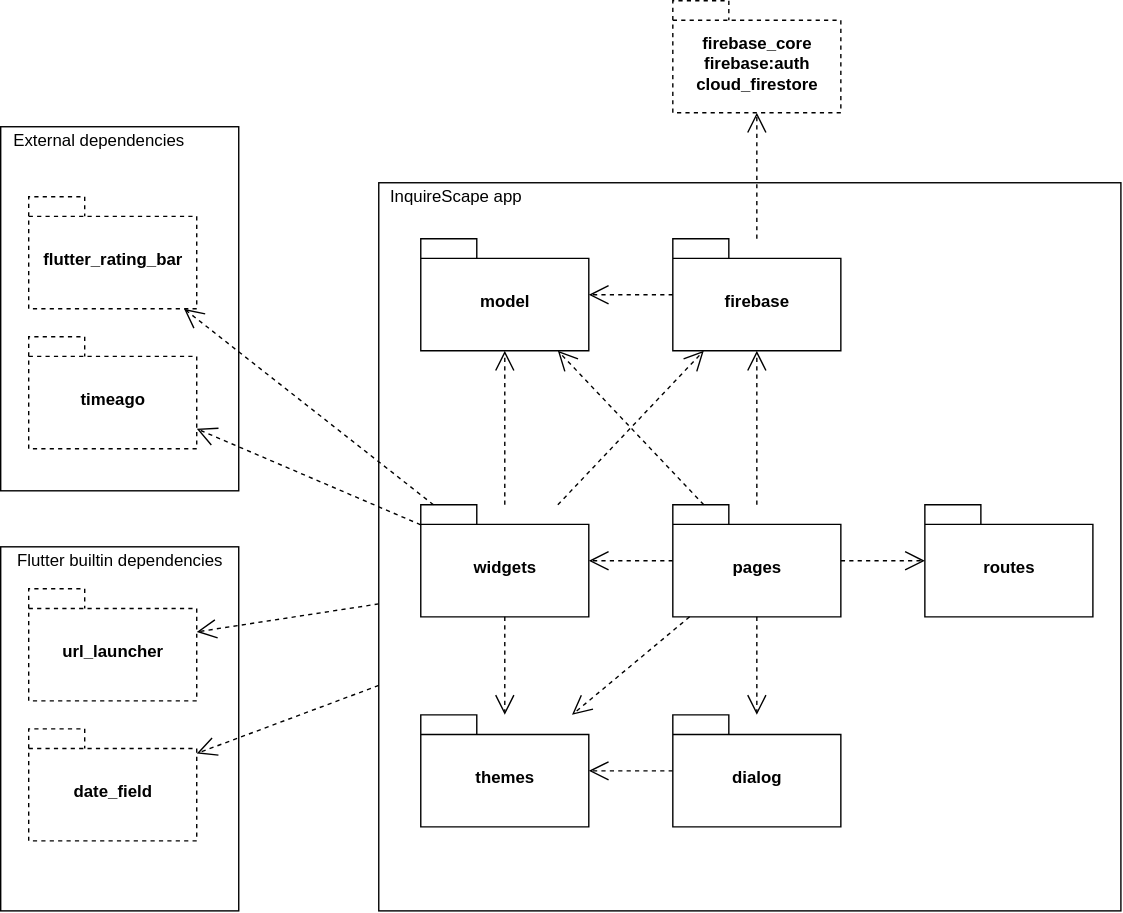
Earlier version of the draw.io export docs/logical_architecture.svg (FEUP-ESOF-2020-21/open-cx-t1g4-gof). Source tidied: cells renumbered, new cells last; positions are measured from the earlier drawing's top-left corner, leaving out a move shared by most shapes.
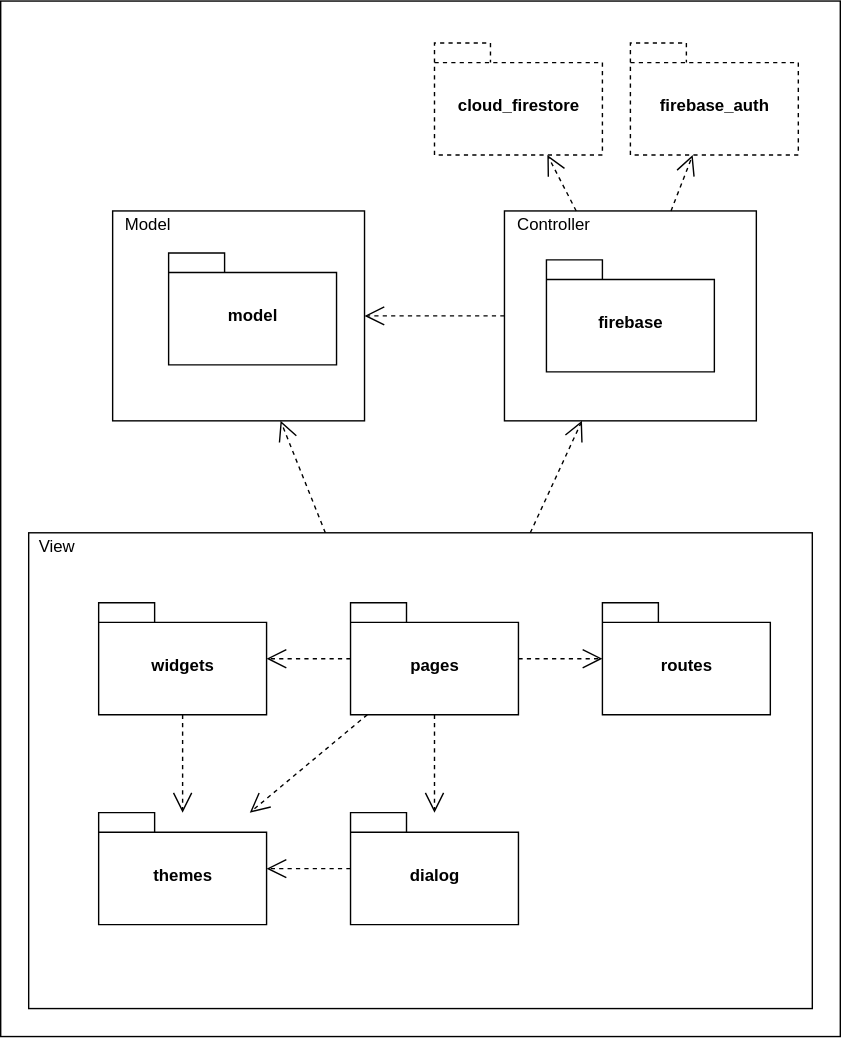
The same file after the commit.

Commit message:
Added logical architecture Changed images to tags

The edit, as a diff of the source:
```diff
@@ -2,23 +2,44 @@
   <root>
     <mxCell id="0" />
     <mxCell id="1" parent="0" />
-    <mxCell id="2" style="rounded=0;whiteSpace=wrap;html=1;strokeWidth=1;" parent="1" vertex="1">
-      <mxGeometry y="390" width="170" height="260" as="geometry" />
-    </mxCell>
+    <mxCell id="36" style="rounded=0;whiteSpace=wrap;html=1;strokeColor=#000000;strokeWidth=1;" parent="1" vertex="1">
+      <mxGeometry x="230" y="-70" width="600" height="740" as="geometry" />
+    </mxCell>
+    <mxCell id="37" style="group;" parent="1" vertex="1">
+      <mxGeometry x="310" y="80" width="180" height="150" as="geometry" />
+    </mxCell>
+    <mxCell id="38" style="rounded=0;whiteSpace=wrap;html=1;strokeColor=#000000;strokeWidth=1;" parent="37" vertex="1">
+      <mxGeometry width="180" height="150" as="geometry" />
+    </mxCell>
+    <mxCell id="39" value="Model" style="text;html=1;align=center;verticalAlign=middle;" parent="37" vertex="1">
+      <mxGeometry width="50" height="20" as="geometry" />
+    </mxCell>
+    <mxCell id="40" style="group;" parent="1" vertex="1">
+      <mxGeometry x="250" y="310" width="560" height="340" as="geometry" />
+    </mxCell>
-    <mxCell id="3" style="rounded=0;whiteSpace=wrap;html=1;strokeColor=#000000;strokeWidth=1;" parent="1" vertex="1">
-      <mxGeometry x="270" y="130" width="530" height="520" as="geometry" />
+    <mxCell id="3" style="rounded=0;whiteSpace=wrap;html=1;strokeColor=#000000;strokeWidth=1;" parent="40" vertex="1">
+      <mxGeometry width="560" height="340" as="geometry" />
     </mxCell>
-    <mxCell id="4" style="rounded=0;whiteSpace=wrap;html=1;strokeWidth=1;" parent="1" vertex="1">
-      <mxGeometry y="90" width="170" height="260" as="geometry" />
-    </mxCell>
+    <mxCell id="31" value="View" style="text;html=1;align=center;verticalAlign=middle;" parent="40" vertex="1">
+      <mxGeometry width="40" height="20" as="geometry" />
+    </mxCell>
+    <mxCell id="41" style="group;" parent="1" vertex="1">
+      <mxGeometry x="590" y="80" width="180" height="150" as="geometry" />
+    </mxCell>
+    <mxCell id="42" style="rounded=0;whiteSpace=wrap;html=1;strokeColor=#000000;strokeWidth=1;" parent="41" vertex="1">
+      <mxGeometry width="180" height="150" as="geometry" />
+    </mxCell>
+    <mxCell id="43" value="Controller" style="text;html=1;align=center;verticalAlign=middle;" parent="41" vertex="1">
+      <mxGeometry width="70" height="20" as="geometry" />
+    </mxCell>
+    <mxCell id="6" value="firebase" style="shape=folder;fontStyle=1;spacingTop=10;tabWidth=40;tabHeight=14;tabPosition=left;html=1;" parent="41" vertex="1">
+      <mxGeometry x="30" y="35" width="120" height="80" as="geometry" />
+    </mxCell>
     <mxCell id="5" value="dialog" style="shape=folder;fontStyle=1;spacingTop=10;tabWidth=40;tabHeight=14;tabPosition=left;html=1;" parent="1" vertex="1">
       <mxGeometry x="480" y="510" width="120" height="80" as="geometry" />
     </mxCell>
-    <mxCell id="6" value="firebase" style="shape=folder;fontStyle=1;spacingTop=10;tabWidth=40;tabHeight=14;tabPosition=left;html=1;" parent="1" vertex="1">
-      <mxGeometry x="480" y="170" width="120" height="80" as="geometry" />
-    </mxCell>
     <mxCell id="7" value="model" style="shape=folder;fontStyle=1;spacingTop=10;tabWidth=40;tabHeight=14;tabPosition=left;html=1;" parent="1" vertex="1">
-      <mxGeometry x="300" y="170" width="120" height="80" as="geometry" />
+      <mxGeometry x="350" y="110" width="120" height="80" as="geometry" />
     </mxCell>
     <mxCell id="8" value="pages" style="shape=folder;fontStyle=1;spacingTop=10;tabWidth=40;tabHeight=14;tabPosition=left;html=1;" parent="1" vertex="1">
       <mxGeometry x="480" y="360" width="120" height="80" as="geometry" />
@@ -32,10 +53,10 @@
     <mxCell id="11" value="themes&lt;br&gt;" style="shape=folder;fontStyle=1;spacingTop=10;tabWidth=40;tabHeight=14;tabPosition=left;html=1;" parent="1" vertex="1">
       <mxGeometry x="300" y="510" width="120" height="80" as="geometry" />
     </mxCell>
-    <mxCell id="12" value="firebase_core&lt;br&gt;firebase:auth&lt;br&gt;cloud_firestore" style="shape=folder;fontStyle=1;spacingTop=10;tabWidth=40;tabHeight=14;tabPosition=left;html=1;dashed=1;strokeWidth=1;perimeterSpacing=0;" parent="1" vertex="1">
-      <mxGeometry x="480" width="120" height="80" as="geometry" />
+    <mxCell id="12" value="cloud_firestore" style="shape=folder;fontStyle=1;spacingTop=10;tabWidth=40;tabHeight=14;tabPosition=left;html=1;dashed=1;strokeWidth=1;perimeterSpacing=0;" parent="1" vertex="1">
+      <mxGeometry x="540" y="-40" width="120" height="80" as="geometry" />
     </mxCell>
-    <mxCell id="13" style="endArrow=open;endSize=12;dashed=1;html=1;" parent="1" edge="1" source="6" target="12">
+    <mxCell id="13" style="endArrow=open;endSize=12;dashed=1;html=1;" parent="1" edge="1" source="42" target="12">
       <mxGeometry relative="1" as="geometry" />
     </mxCell>
     <mxCell id="14" style="endArrow=open;endSize=12;dashed=1;html=1;" parent="1" edge="1" source="8" target="5">
@@ -44,65 +65,32 @@
     <mxCell id="15" style="endArrow=open;endSize=12;dashed=1;html=1;" parent="1" edge="1" source="8" target="9">
       <mxGeometry relative="1" as="geometry" />
     </mxCell>
-    <mxCell id="16" style="endArrow=open;endSize=12;dashed=1;html=1;" parent="1" edge="1" source="9" target="6">
-      <mxGeometry relative="1" as="geometry" />
-    </mxCell>
-    <mxCell id="17" style="endArrow=open;endSize=12;dashed=1;html=1;" parent="1" edge="1" source="8" target="6">
-      <mxGeometry relative="1" as="geometry" />
-    </mxCell>
     <mxCell id="18" style="endArrow=open;endSize=12;dashed=1;html=1;" parent="1" edge="1" source="9" target="11">
       <mxGeometry relative="1" as="geometry" />
     </mxCell>
     <mxCell id="19" style="endArrow=open;endSize=12;dashed=1;html=1;" parent="1" edge="1" source="8" target="11">
       <mxGeometry relative="1" as="geometry" />
     </mxCell>
-    <mxCell id="20" style="endArrow=open;endSize=12;dashed=1;html=1;" parent="1" edge="1" source="6" target="7">
+    <mxCell id="20" style="endArrow=open;endSize=12;dashed=1;html=1;" parent="1" edge="1" source="42" target="38">
       <mxGeometry relative="1" as="geometry" />
     </mxCell>
-    <mxCell id="21" style="endArrow=open;endSize=12;dashed=1;html=1;" parent="1" edge="1" source="9" target="7">
-      <mxGeometry relative="1" as="geometry" />
-    </mxCell>
-    <mxCell id="22" style="endArrow=open;endSize=12;dashed=1;html=1;" parent="1" edge="1" source="8" target="7">
-      <mxGeometry relative="1" as="geometry" />
-    </mxCell>
     <mxCell id="23" style="endArrow=open;endSize=12;dashed=1;html=1;" parent="1" edge="1" source="5" target="11">
       <mxGeometry relative="1" as="geometry" />
     </mxCell>
     <mxCell id="24" style="endArrow=open;endSize=12;dashed=1;html=1;" parent="1" edge="1" source="8" target="10">
       <mxGeometry relative="1" as="geometry" />
     </mxCell>
-    <mxCell id="25" value="flutter_rating_bar" style="shape=folder;fontStyle=1;spacingTop=10;tabWidth=40;tabHeight=14;tabPosition=left;html=1;dashed=1;strokeWidth=1;perimeterSpacing=0;" parent="1" vertex="1">
-      <mxGeometry x="20" y="140" width="120" height="80" as="geometry" />
-    </mxCell>
-    <mxCell id="26" value="url_launcher" style="shape=folder;fontStyle=1;spacingTop=10;tabWidth=40;tabHeight=14;tabPosition=left;html=1;dashed=1;strokeWidth=1;perimeterSpacing=0;" parent="1" vertex="1">
-      <mxGeometry x="20" y="420" width="120" height="80" as="geometry" />
-    </mxCell>
-    <mxCell id="27" value="timeago" style="shape=folder;fontStyle=1;spacingTop=10;tabWidth=40;tabHeight=14;tabPosition=left;html=1;dashed=1;strokeWidth=1;perimeterSpacing=0;" parent="1" vertex="1">
-      <mxGeometry x="20" y="240" width="120" height="80" as="geometry" />
-    </mxCell>
-    <mxCell id="28" value="date_field" style="shape=folder;fontStyle=1;spacingTop=10;tabWidth=40;tabHeight=14;tabPosition=left;html=1;dashed=1;strokeWidth=1;perimeterSpacing=0;" parent="1" vertex="1">
-      <mxGeometry x="20" y="520" width="120" height="80" as="geometry" />
-    </mxCell>
-    <mxCell id="29" value="External dependencies" style="text;html=1;align=center;verticalAlign=middle;" parent="1" vertex="1">
-      <mxGeometry y="90" width="140" height="20" as="geometry" />
-    </mxCell>
-    <mxCell id="30" value="Flutter builtin dependencies" style="text;html=1;align=center;verticalAlign=middle;" parent="1" vertex="1">
-      <mxGeometry x="5" y="390" width="160" height="20" as="geometry" />
-    </mxCell>
-    <mxCell id="31" value="InquireScape app" style="text;html=1;align=center;verticalAlign=middle;" parent="1" vertex="1">
-      <mxGeometry x="270" y="130" width="110" height="20" as="geometry" />
-    </mxCell>
-    <mxCell id="32" style="endArrow=open;endSize=12;dashed=1;html=1;" parent="1" edge="1" source="9" target="25">
-      <mxGeometry relative="1" as="geometry" />
-    </mxCell>
-    <mxCell id="33" style="endArrow=open;endSize=12;dashed=1;html=1;" parent="1" edge="1" source="9" target="27">
-      <mxGeometry relative="1" as="geometry" />
-    </mxCell>
-    <mxCell id="34" style="endArrow=open;endSize=12;dashed=1;html=1;" parent="1" edge="1" source="3" target="26">
-      <mxGeometry relative="1" as="geometry" />
-    </mxCell>
-    <mxCell id="35" style="endArrow=open;endSize=12;dashed=1;html=1;" parent="1" edge="1" source="3" target="28">
-      <mxGeometry relative="1" as="geometry" />
-    </mxCell>
+    <mxCell id="44" style="endArrow=open;endSize=12;dashed=1;html=1;" parent="1" edge="1" source="3" target="42">
+      <mxGeometry relative="1" as="geometry" />
+    </mxCell>
+    <mxCell id="45" style="endArrow=open;endSize=12;dashed=1;html=1;" parent="1" edge="1" source="3" target="38">
+      <mxGeometry relative="1" as="geometry" />
+    </mxCell>
+    <mxCell id="46" value="firebase_auth" style="shape=folder;fontStyle=1;spacingTop=10;tabWidth=40;tabHeight=14;tabPosition=left;html=1;dashed=1;strokeWidth=1;perimeterSpacing=0;" parent="1" vertex="1">
+      <mxGeometry x="680" y="-40" width="120" height="80" as="geometry" />
+    </mxCell>
+    <mxCell id="47" style="endArrow=open;endSize=12;dashed=1;html=1;" parent="1" edge="1" source="42" target="46">
+      <mxGeometry relative="1" as="geometry" />
+    </mxCell>
   </root>
 </mxGraphModel>
```
